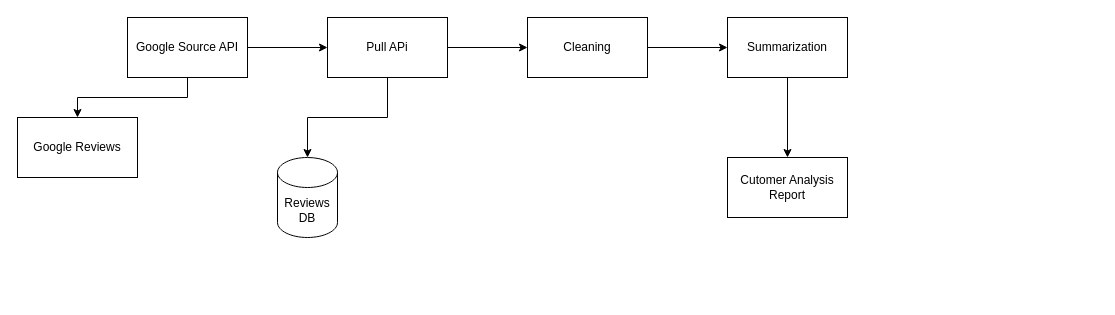
The draw.io diagram auto_voc.drawio in saby2184/LLM_POC, before the edit. Source tidied: cells renumbered, new cells numbered last; positions are measured from the earlier drawing's top-left corner, leaving out a move shared by most shapes. Both pictures are drawn from the tidied source at 100%, with x=0, y=0 at pixel (17, 17).
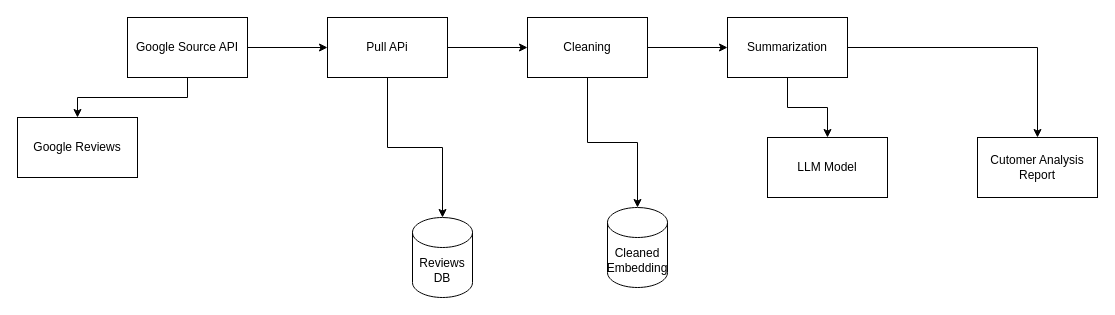
The same diagram, later.

Change to the diagram source:
```diff
@@
 <mxGraphModel>
   <root>
     <mxCell id="0" />
     <mxCell id="1" parent="0" />
     <mxCell id="2" value="Google Reviews" style="rounded=0;whiteSpace=wrap;html=1;" parent="1" vertex="1">
       <mxGeometry y="100" width="120" height="60" as="geometry" />
     </mxCell>
     <mxCell id="3" style="edgeStyle=orthogonalEdgeStyle;rounded=0;jettySize=auto;html=1;" parent="1" edge="1" source="5" target="7">
       <mxGeometry relative="1" as="geometry" />
     </mxCell>
     <mxCell id="4" style="edgeStyle=orthogonalEdgeStyle;rounded=0;jettySize=auto;html=1;entryX=0.5;entryY=0;entryDx=0;entryDy=0;" parent="1" edge="1" source="5" target="2">
       <mxGeometry relative="1" as="geometry" />
     </mxCell>
     <mxCell id="5" value="Google Source API" style="rounded=0;whiteSpace=wrap;html=1;" parent="1" vertex="1">
       <mxGeometry x="110" width="120" height="60" as="geometry" />
     </mxCell>
     <mxCell id="6" style="edgeStyle=orthogonalEdgeStyle;rounded=0;jettySize=auto;html=1;" parent="1" edge="1" source="7" target="11">
       <mxGeometry relative="1" as="geometry" />
     </mxCell>
     <mxCell id="7" value="Pull APi" style="rounded=0;whiteSpace=wrap;html=1;" parent="1" vertex="1">
       <mxGeometry x="310" width="120" height="60" as="geometry" />
     </mxCell>
     <mxCell id="8" value="Reviews DB" style="shape=cylinder3;whiteSpace=wrap;html=1;boundedLbl=1;backgroundOutline=1;size=15;" parent="1" vertex="1">
-      <mxGeometry x="260" y="140" width="60" height="80" as="geometry" />
+      <mxGeometry x="395" y="200" width="60" height="80" as="geometry" />
     </mxCell>
     <mxCell id="9" style="edgeStyle=orthogonalEdgeStyle;rounded=0;jettySize=auto;html=1;entryX=0.5;entryY=0;entryDx=0;entryDy=0;entryPerimeter=0;" parent="1" edge="1" source="7" target="8">
       <mxGeometry relative="1" as="geometry" />
     </mxCell>
     <mxCell id="10" style="edgeStyle=orthogonalEdgeStyle;rounded=0;jettySize=auto;html=1;" parent="1" edge="1" source="11" target="13">
       <mxGeometry relative="1" as="geometry" />
     </mxCell>
+    <mxCell id="15" style="edgeStyle=orthogonalEdgeStyle;rounded=0;jettySize=auto;html=1;" parent="1" edge="1" source="11" target="17">
+      <mxGeometry relative="1" as="geometry" />
+    </mxCell>
     <mxCell id="11" value="Cleaning" style="rounded=0;whiteSpace=wrap;html=1;" parent="1" vertex="1">
       <mxGeometry x="510" width="120" height="60" as="geometry" />
     </mxCell>
     <mxCell id="12" style="edgeStyle=orthogonalEdgeStyle;rounded=0;jettySize=auto;html=1;" parent="1" edge="1" source="13" target="14">
       <mxGeometry relative="1" as="geometry" />
     </mxCell>
+    <mxCell id="16" style="edgeStyle=orthogonalEdgeStyle;rounded=0;jettySize=auto;html=1;" parent="1" edge="1" source="13" target="18">
+      <mxGeometry relative="1" as="geometry" />
+    </mxCell>
     <mxCell id="13" value="Summarization" style="rounded=0;whiteSpace=wrap;html=1;" parent="1" vertex="1">
       <mxGeometry x="710" width="120" height="60" as="geometry" />
     </mxCell>
     <mxCell id="14" value="&lt;div&gt;Cutomer Analysis&lt;/div&gt;Report" style="rounded=0;whiteSpace=wrap;html=1;" parent="1" vertex="1">
-      <mxGeometry x="710" y="140" width="120" height="60" as="geometry" />
+      <mxGeometry x="960" y="120" width="120" height="60" as="geometry" />
     </mxCell>
+    <mxCell id="17" value="Cleaned Embedding" style="shape=cylinder3;whiteSpace=wrap;html=1;boundedLbl=1;backgroundOutline=1;size=15;" parent="1" vertex="1">
+      <mxGeometry x="590" y="190" width="60" height="80" as="geometry" />
+    </mxCell>
+    <mxCell id="18" value="LLM Model" style="rounded=0;whiteSpace=wrap;html=1;" parent="1" vertex="1">
+      <mxGeometry x="750" y="120" width="120" height="60" as="geometry" />
+    </mxCell>
   </root>
 </mxGraphModel>
```
